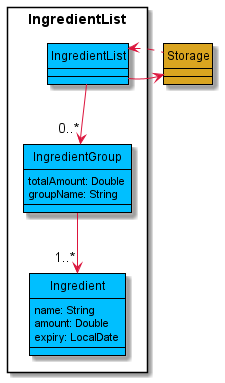
This is docs/images/IngredientListDiagram.png from nus-cs2113-AY2122S1/tp, a PlantUML export, as it was before one commit.
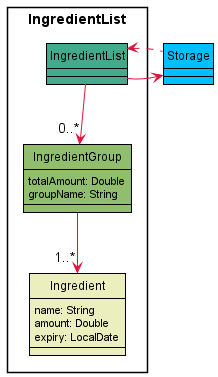
After the change.

Change to the diagram source:
```diff
@@ -1,4 +1,5 @@
 @startuml
+!include style.puml
 hide circle
 skinparam classAttributeIconSize 0
 skinparam arrowColor #Crimson
@@ -8,14 +9,14 @@
     BorderColor #Black
 }
 
-
 Package "IngredientList"<<RECTANGLE>>{
-    class IngredientList #DeepSkyBlue
-    class IngredientGroup #DeepSkyBlue
-    class Ingredient #DeepSkyBlue
+    class IngredientList INGREDIENTLIST_COLOUR
+    class IngredientGroup INGREDIENTGROUP_COLOUR
+    class Ingredient INGREDIENT_COLOUR
  }
 
-class Storage #GoldenRod
+class Storage STORAGE_COLOUR
+
 
 IngredientList --> "0..*" IngredientGroup
 IngredientGroup : totalAmount: Double
```
